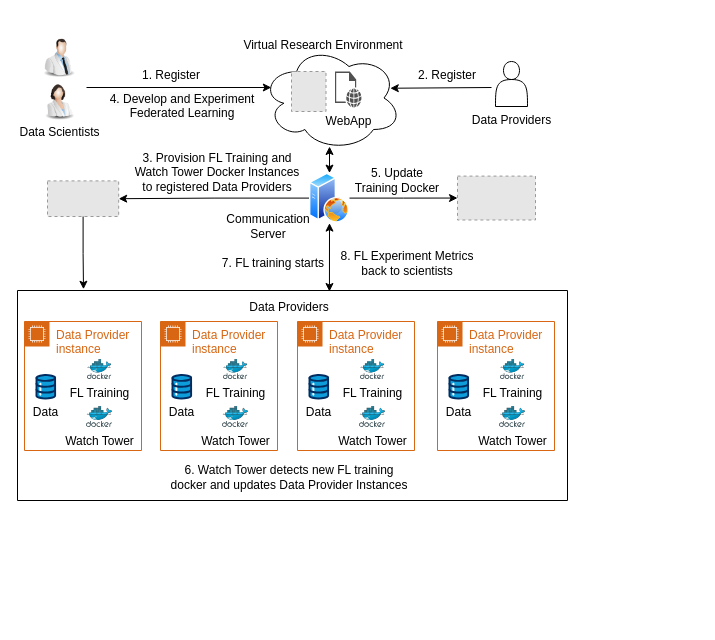
Above: Thesis/Conceptual Design.drawio in anandanlk/Drawings (draw.io), before the change. Source tidied: cells renumbered, new cells numbered last; positions are measured from the earlier drawing's top-left corner, leaving out a move shared by most shapes. Both pictures are drawn from the tidied source at 100%, with x=0, y=0 at pixel (17, 30). Pictures stored in the file or linked from it are replaced by grey dashed boxes.
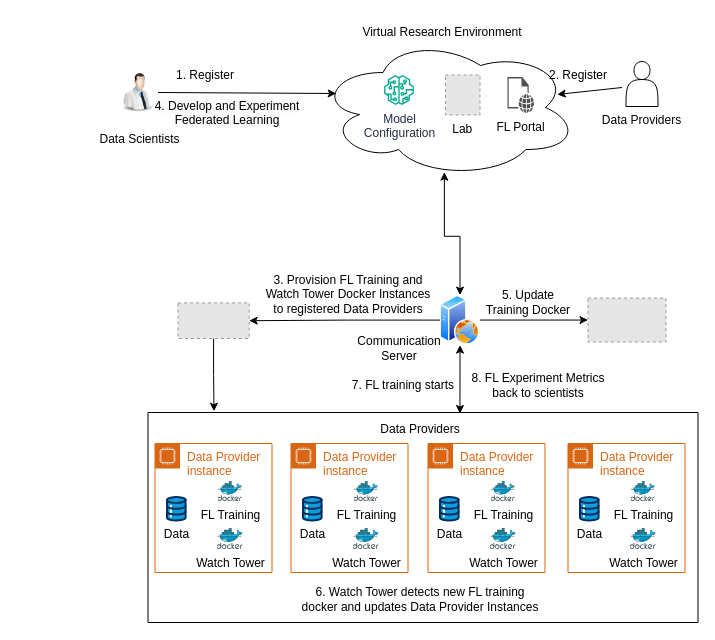
The same diagram, later.

Change to the diagram source:
```diff
@@
     <mxCell id="2" style="ellipse;shape=cloud;whiteSpace=wrap;html=1;" parent="1" vertex="1">
-      <mxGeometry x="244" y="15" width="140" height="105" as="geometry" />
+      <mxGeometry x="300.5" y="7" width="260" height="140" as="geometry" />
     </mxCell>
-    <mxCell id="3" style="fillColor=#E6E6E6;strokeColor=#999999;dashed=1;verticalLabelPosition=bottom;verticalAlign=top;" parent="1" vertex="1">
-      <mxGeometry x="274" y="41" width="34.5" height="40" as="geometry" />
+    <mxCell id="3" value="Lab" style="fillColor=#E6E6E6;strokeColor=#999999;dashed=1;verticalLabelPosition=bottom;verticalAlign=top;" parent="1" vertex="1">
+      <mxGeometry x="428" y="44.5" width="34.5" height="40" as="geometry" />
     </mxCell>
-    <mxCell id="4" value="WebApp" style="sketch=0;shadow=0;dashed=0;html=1;strokeColor=none;fillColor=#505050;labelPosition=center;verticalLabelPosition=bottom;verticalAlign=top;align=center;shape=mxgraph.office.concepts.web_page;" parent="1" vertex="1">
-      <mxGeometry x="317.5" y="41" width="26.5" height="36" as="geometry" />
+    <mxCell id="4" value="FL Portal" style="sketch=0;shadow=0;dashed=0;html=1;strokeColor=none;fillColor=#505050;labelPosition=center;verticalLabelPosition=bottom;verticalAlign=top;align=center;shape=mxgraph.office.concepts.web_page;" parent="1" vertex="1">
+      <mxGeometry x="490" y="46.5" width="26.5" height="36" as="geometry" />
     </mxCell>
     <mxCell id="5" style="image;html=1;image=img/lib/clip_art/people/Scientist_Man_128x128.png;" parent="1" vertex="1">
-      <mxGeometry x="22" y="5" width="40" height="45" as="geometry" />
+      <mxGeometry x="100.5" y="39.5" width="40" height="45" as="geometry" />
     </mxCell>
-    <mxCell id="6" style="image;html=1;image=img/lib/clip_art/people/Scientist_Woman_128x128.png;" parent="1" vertex="1">
-      <mxGeometry x="22" y="50" width="40" height="40" as="geometry" />
-    </mxCell>
     <mxCell id="7" value="Virtual Research Environment" style="text;html=1;align=center;verticalAlign=middle;whiteSpace=wrap;rounded=0;" parent="1" vertex="1">
-      <mxGeometry x="221" width="170" height="30" as="geometry" />
+      <mxGeometry x="340" y="-13" width="170" height="30" as="geometry" />
     </mxCell>
-    <mxCell id="8" style="endArrow=classic;html=1;rounded=0;entryX=0.07;entryY=0.4;entryDx=0;entryDy=0;entryPerimeter=0;" parent="1" edge="1" target="2">
-      <mxGeometry relative="1" as="geometry">
-        <mxPoint x="69" y="57" as="sourcePoint" />
-      </mxGeometry>
+    <mxCell id="8" style="endArrow=classic;html=1;rounded=0;entryX=0.07;entryY=0.4;entryDx=0;entryDy=0;entryPerimeter=0;exitX=1;exitY=0.5;exitDx=0;exitDy=0;" parent="1" edge="1" source="5" target="2">
+      <mxGeometry relative="1" as="geometry" />
     </mxCell>
     <mxCell id="9" value="1. Register" style="text;html=1;align=center;verticalAlign=middle;whiteSpace=wrap;rounded=0;" parent="1" vertex="1">
-      <mxGeometry x="64" y="30" width="180" height="30" as="geometry" />
+      <mxGeometry x="97.5" y="30" width="180" height="30" as="geometry" />
     </mxCell>
     <mxCell id="10" style="endArrow=classic;startArrow=none;html=1;rounded=0;entryX=0.92;entryY=0.407;entryDx=0;entryDy=0;entryPerimeter=0;startFill=0;" parent="1" edge="1" target="2">
       <mxGeometry relative="1" as="geometry">
-        <mxPoint x="474" y="57" as="sourcePoint" />
+        <mxPoint x="604.5" y="57" as="sourcePoint" />
       </mxGeometry>
     </mxCell>
     <mxCell id="11" value="2. Register" style="text;html=1;align=center;verticalAlign=middle;whiteSpace=wrap;rounded=0;" parent="1" vertex="1">
-      <mxGeometry x="395" y="32" width="70" height="25" as="geometry" />
+      <mxGeometry x="525.5" y="32" width="70" height="25" as="geometry" />
     </mxCell>
     <mxCell id="12" value="Data Scientists" style="text;html=1;align=center;verticalAlign=middle;whiteSpace=wrap;rounded=0;" parent="1" vertex="1">
-      <mxGeometry x="-0.5" y="89" width="85" height="25" as="geometry" />
+      <mxGeometry x="80" y="96" width="85" height="25" as="geometry" />
     </mxCell>
@@
     <mxCell id="16" style="image;perimeter=ellipsePerimeter;html=1;align=center;shadow=0;dashed=0;spacingTop=3;image=img/lib/active_directory/web_server.svg;" parent="1" vertex="1">
-      <mxGeometry x="292" y="142.6" width="40" height="50" as="geometry" />
+      <mxGeometry x="422.5" y="264.6" width="40" height="50" as="geometry" />
     </mxCell>
     <mxCell id="17" style="group;" parent="1" vertex="1">
-      <mxGeometry x="451.5" y="31" width="85" height="71" as="geometry" />
+      <mxGeometry x="582" y="31" width="85" height="71" as="geometry" />
     </mxCell>
@@
     <mxCell id="20" style="fillColor=#E6E6E6;strokeColor=#999999;dashed=1;verticalLabelPosition=bottom;labelBackgroundColor=default;verticalAlign=top;" parent="1" vertex="1">
-      <mxGeometry x="440" y="145.6" width="78" height="43.9" as="geometry" />
+      <mxGeometry x="570.5" y="267.6" width="78" height="43.9" as="geometry" />
     </mxCell>
     <mxCell id="21" value="&lt;span style=&quot;color: rgb(0, 0, 0); font-family: Helvetica; font-size: 12px; font-style: normal; font-variant-ligatures: normal; font-variant-caps: normal; font-weight: 400; letter-spacing: normal; orphans: 2; text-indent: 0px; text-transform: none; widows: 2; word-spacing: 0px; -webkit-text-stroke-width: 0px; white-space: normal; background-color: rgb(251, 251, 251); text-decoration-thickness: initial; text-decoration-style: initial; text-decoration-color: initial; float: none; display: inline !important;&quot;&gt;4. Develop and Experiment Federated Learning&lt;/span&gt;" style="text;whiteSpace=wrap;html=1;align=center;" parent="1" vertex="1">
-      <mxGeometry x="65" y="54.5" width="200" height="40" as="geometry" />
+      <mxGeometry x="110" y="62" width="200" height="40" as="geometry" />
     </mxCell>
     <mxCell id="22" style="fillColor=#E6E6E6;strokeColor=#999999;dashed=1;verticalLabelPosition=bottom;labelBackgroundColor=default;verticalAlign=top;" parent="1" vertex="1">
-      <mxGeometry x="30" y="150.4" width="71.2" height="35.6" as="geometry" />
+      <mxGeometry x="160.5" y="272.4" width="71.2" height="35.6" as="geometry" />
     </mxCell>
     <mxCell id="23" value="3. Provision FL Training and Watch Tower Docker Instances to registered Data Providers" style="text;html=1;align=center;verticalAlign=middle;whiteSpace=wrap;rounded=0;" parent="1" vertex="1">
-      <mxGeometry x="115" y="121" width="170" height="42.6" as="geometry" />
+      <mxGeometry x="245.5" y="243" width="170" height="42.6" as="geometry" />
     </mxCell>
     <mxCell id="24" value="5. Update Training Docker" style="text;html=1;align=center;verticalAlign=middle;whiteSpace=wrap;rounded=0;" parent="1" vertex="1">
-      <mxGeometry x="335" y="135" width="90" height="30" as="geometry" />
+      <mxGeometry x="465.5" y="257" width="90" height="30" as="geometry" />
     </mxCell>
     <mxCell id="25" value="6. Watch Tower detects new FL training docker and updates Data Provider Instances" style="text;html=1;align=center;verticalAlign=middle;whiteSpace=wrap;rounded=0;" parent="1" vertex="1">
-      <mxGeometry x="147" y="437" width="250" height="20" as="geometry" />
+      <mxGeometry x="277.5" y="559" width="250" height="20" as="geometry" />
     </mxCell>
@@
     <mxCell id="27" value="Communication Server" style="text;html=1;align=center;verticalAlign=middle;whiteSpace=wrap;rounded=0;" parent="1" vertex="1">
-      <mxGeometry x="221" y="181" width="60" height="30" as="geometry" />
+      <mxGeometry x="351.5" y="303" width="60" height="30" as="geometry" />
     </mxCell>
@@
     <mxCell id="29" value="7. FL training starts" style="text;html=1;align=center;verticalAlign=middle;whiteSpace=wrap;rounded=0;" parent="1" vertex="1">
-      <mxGeometry x="195.5" y="223" width="120" height="20" as="geometry" />
+      <mxGeometry x="326" y="345" width="120" height="20" as="geometry" />
     </mxCell>
     <mxCell id="30" style="group;" parent="1" vertex="1">
-      <mxGeometry y="260" width="550" height="210" as="geometry" />
+      <mxGeometry x="130.5" y="382" width="550" height="210" as="geometry" />
     </mxCell>
@@
     <mxCell id="49" value="8. FL Experiment Metrics back to scientists" style="text;html=1;align=center;verticalAlign=middle;whiteSpace=wrap;rounded=0;" parent="1" vertex="1">
-      <mxGeometry x="320" y="223" width="140" height="20" as="geometry" />
+      <mxGeometry x="450.5" y="345" width="140" height="20" as="geometry" />
     </mxCell>
+    <mxCell id="50" value="Model&lt;div&gt;Configuration&lt;/div&gt;" style="sketch=0;fontColor=#232F3E;gradientColor=none;fillColor=#01A88D;strokeColor=none;dashed=0;verticalLabelPosition=bottom;verticalAlign=top;align=center;html=1;fontSize=12;fontStyle=0;shape=mxgraph.aws4.sagemaker_model;" parent="1" vertex="1">
+      <mxGeometry x="366.5" y="44.5" width="30" height="30" as="geometry" />
+    </mxCell>
```
